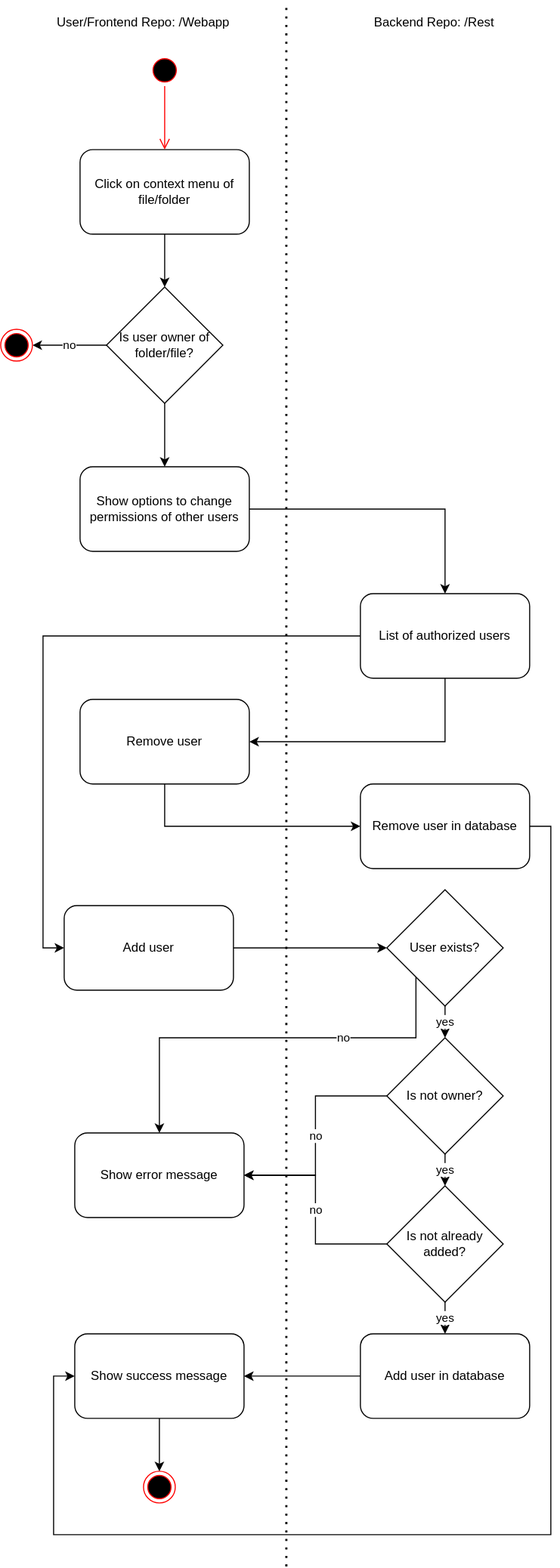
Above: assets/diagrams/activity/crudPermissions.svg in FileFighter/filefighter.github.io (draw.io), before the change. Source tidied: cells renumbered, new cells last; positions are measured from the earlier drawing's top-left corner, leaving out a move shared by most shapes.
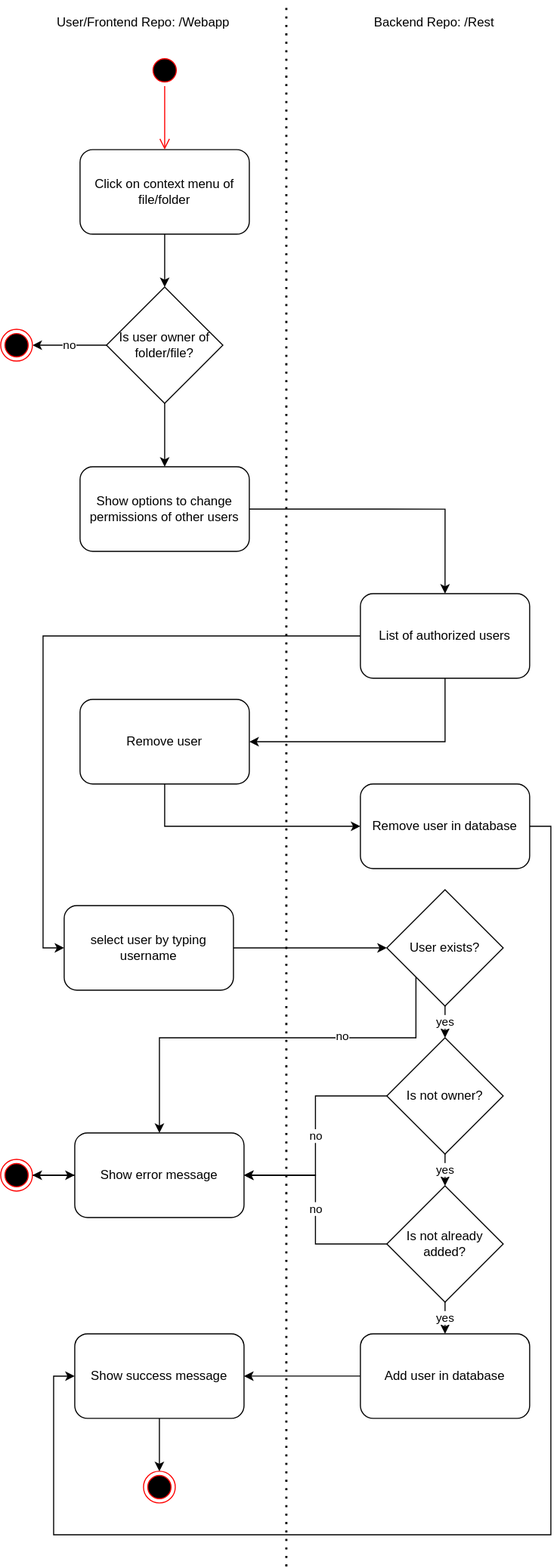
The same diagram one commit later.

What changed in the source:
```diff
@@ -75,7 +75,7 @@
     <mxCell id="22" style="edgeStyle=orthogonalEdgeStyle;rounded=0;jettySize=auto;html=1;entryX=0;entryY=0.5;entryDx=0;entryDy=0;" parent="1" edge="1" source="23" target="27">
       <mxGeometry relative="1" as="geometry" />
     </mxCell>
-    <mxCell id="23" value="Add user" style="shape=rect;html=1;rounded=1;whiteSpace=wrap;align=center;" parent="1" vertex="1">
+    <mxCell id="23" value="select user by typing username" style="shape=rect;html=1;rounded=1;whiteSpace=wrap;align=center;" parent="1" vertex="1">
       <mxGeometry x="60" y="855" width="160" height="80" as="geometry" />
     </mxCell>
     <mxCell id="24" value="yes" style="edgeStyle=orthogonalEdgeStyle;rounded=0;jettySize=auto;html=1;exitX=0.5;exitY=1;exitDx=0;exitDy=0;entryX=0.5;entryY=0;entryDx=0;entryDy=0;" parent="1" edge="1" source="27" target="30">
@@ -119,6 +119,9 @@
     <mxCell id="35" value="Is not already added?" style="rhombus;whiteSpace=wrap;html=1;" parent="1" vertex="1">
       <mxGeometry x="365" y="1120" width="110" height="110" as="geometry" />
     </mxCell>
+    <mxCell id="40" style="edgeStyle=orthogonalEdgeStyle;rounded=0;jettySize=auto;html=1;exitX=0;exitY=0.5;exitDx=0;exitDy=0;entryX=1;entryY=0.5;entryDx=0;entryDy=0;" parent="1" edge="1" source="36" target="42">
+      <mxGeometry relative="1" as="geometry" />
+    </mxCell>
     <mxCell id="36" value="Show error message" style="shape=rect;html=1;rounded=1;whiteSpace=wrap;align=center;" parent="1" vertex="1">
       <mxGeometry x="70" y="1070" width="160" height="80" as="geometry" />
     </mxCell>
@@ -131,5 +134,11 @@
     <mxCell id="39" style="ellipse;html=1;shape=endState;fillColor=#000000;strokeColor=#ff0000;" parent="1" vertex="1">
       <mxGeometry x="135" y="1390" width="30" height="30" as="geometry" />
     </mxCell>
+    <mxCell id="41" style="edgeStyle=orthogonalEdgeStyle;rounded=0;jettySize=auto;html=1;" parent="1" edge="1" source="42" target="36">
+      <mxGeometry relative="1" as="geometry" />
+    </mxCell>
+    <mxCell id="42" style="ellipse;html=1;shape=endState;fillColor=#000000;strokeColor=#ff0000;" parent="1" vertex="1">
+      <mxGeometry y="1095" width="30" height="30" as="geometry" />
+    </mxCell>
   </root>
 </mxGraphModel>
```
